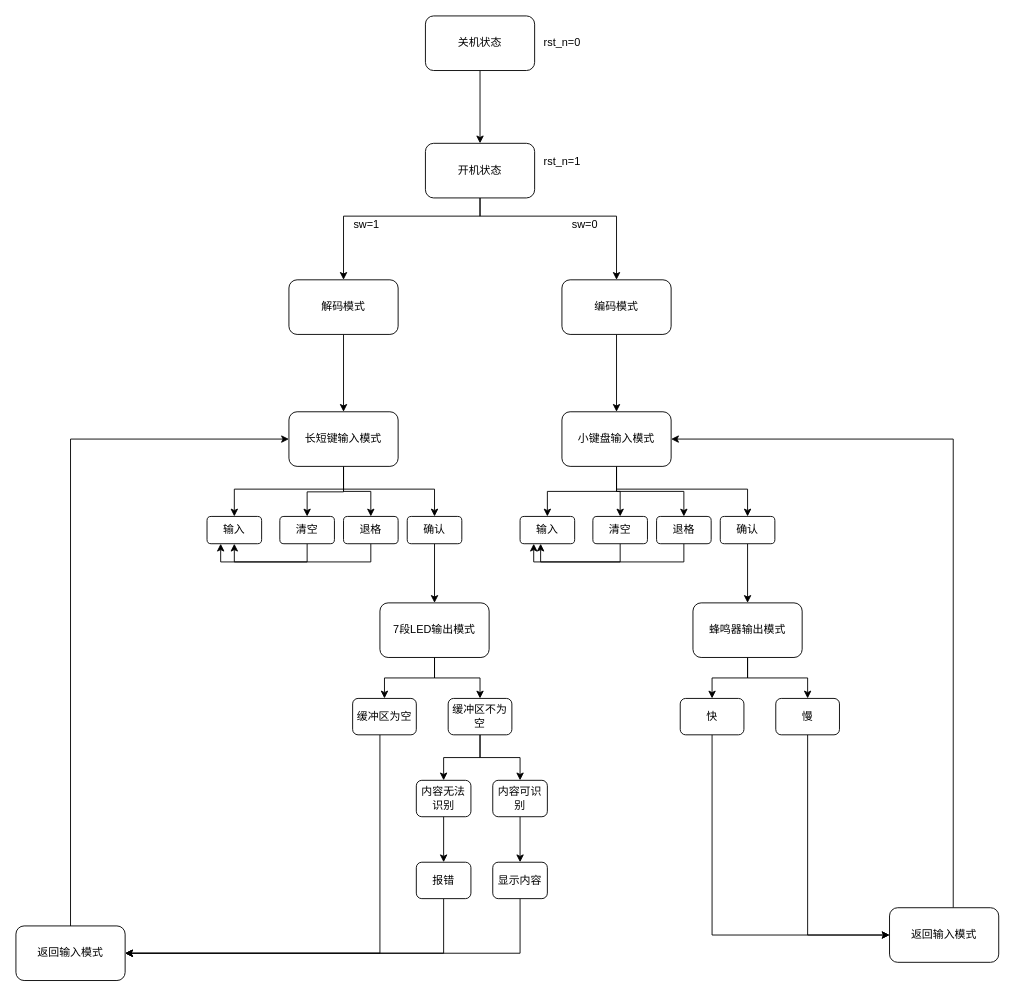
Dexter-Huang/-demo keeps this draw.io diagram as Untitled Diagram.drawio. Above is the earlier version. Source tidied: cells renumbered, new cells numbered last; positions are measured from the earlier drawing's top-left corner, leaving out a move shared by most shapes. Both pictures are drawn from the tidied source at 91%, with x=0, y=0 at pixel (15, 15).
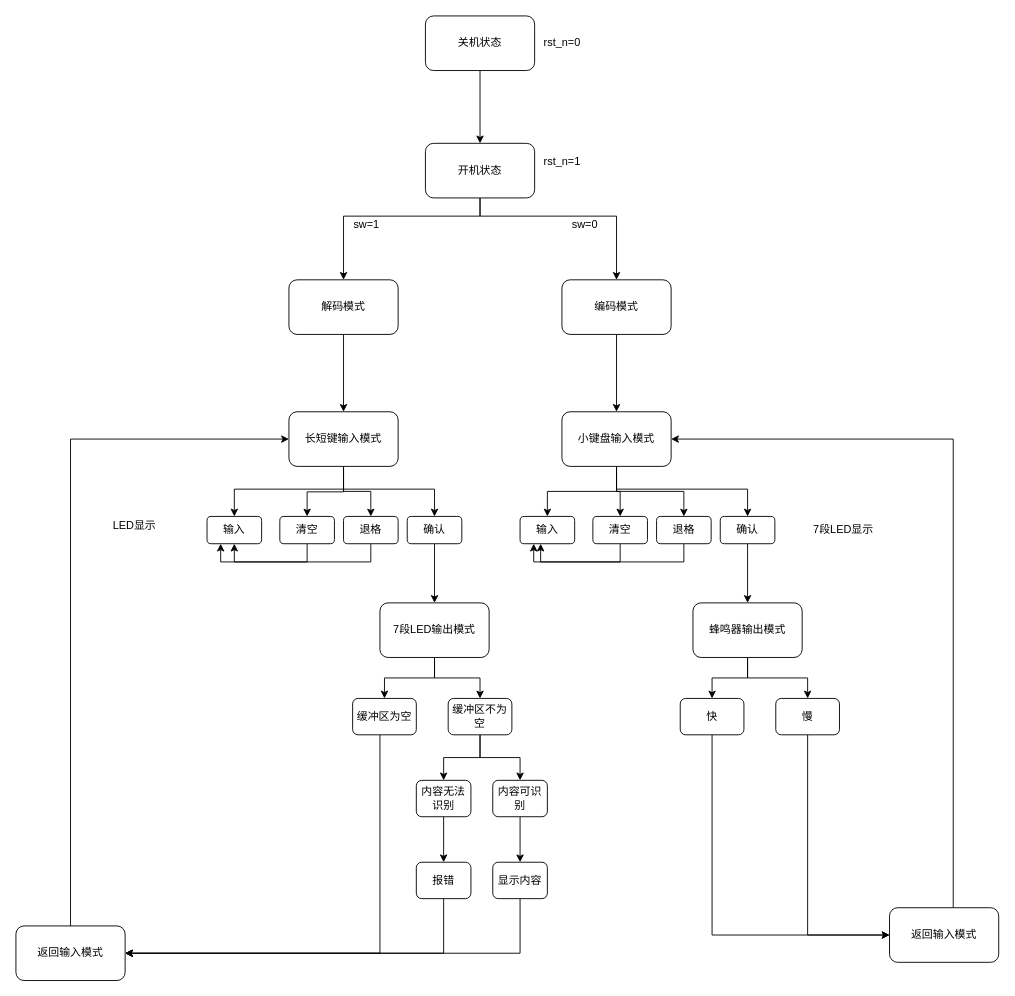
The same diagram, later.

The edit, as a diff of the source:
```diff
@@
+    <mxCell id="66" value="LED显示" style="text;html=1;align=center;verticalAlign=middle;strokeColor=none;fillColor=none;" parent="1" vertex="1">
+      <mxGeometry x="95" y="550" width="70" height="20" as="geometry" />
+    </mxCell>
+    <mxCell id="67" value="7段LED显示" style="text;html=1;align=center;verticalAlign=middle;strokeColor=none;fillColor=none;" parent="1" vertex="1">
+      <mxGeometry x="864" y="555" width="90" height="20" as="geometry" />
+    </mxCell>
```
